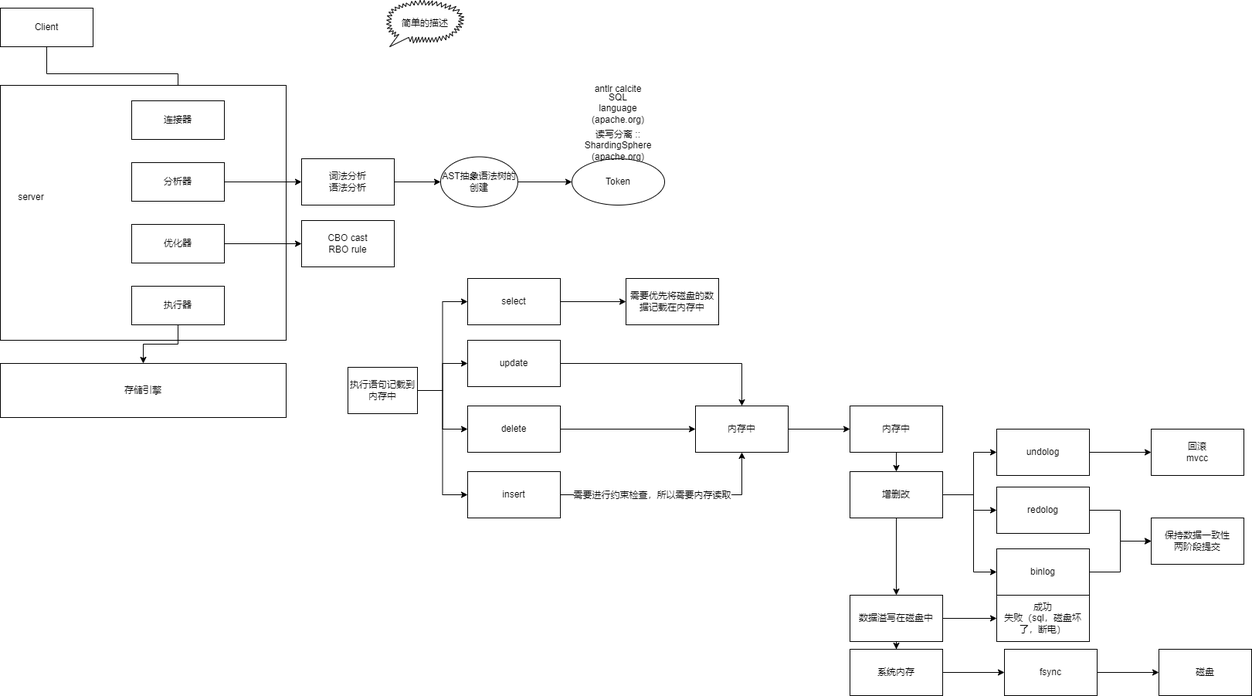
Earlier version of the draw.io export mysql执行.drawio.png (ShortPupil/VPicture). Source tidied: cells renumbered, new cells last; positions are measured from the earlier drawing's top-left corner, leaving out a move shared by most shapes.
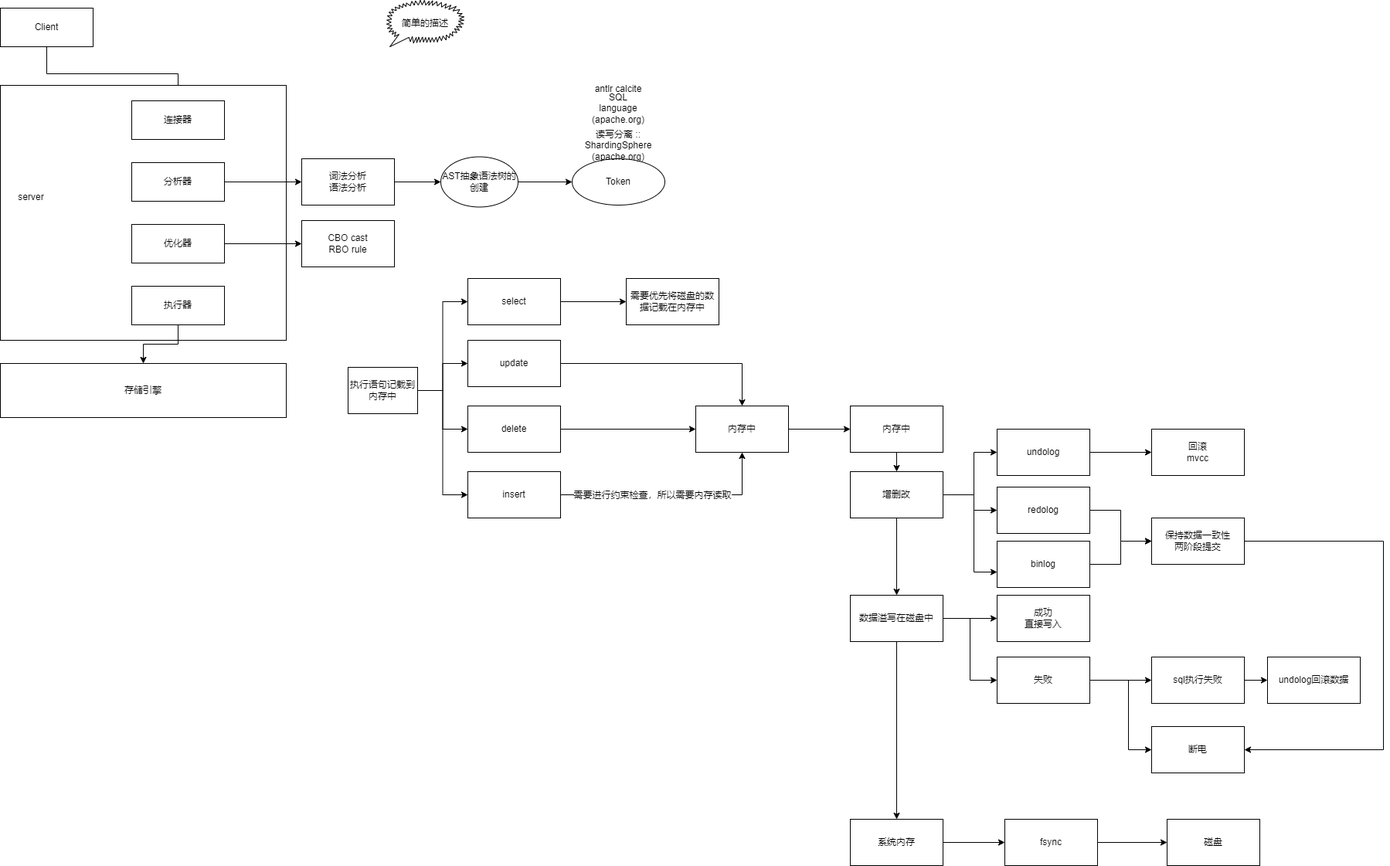
Later version of the same file.

What changed in the source:
```diff
@@ -163,6 +163,9 @@
     <mxCell id="49" style="edgeStyle=orthogonalEdgeStyle;rounded=0;jettySize=auto;html=1;" parent="1" edge="1" source="50" target="64">
       <mxGeometry relative="1" as="geometry" />
     </mxCell>
+    <mxCell id="65" style="edgeStyle=orthogonalEdgeStyle;rounded=0;jettySize=auto;html=1;entryX=0;entryY=0.5;entryDx=0;entryDy=0;" parent="1" edge="1" source="50" target="69">
+      <mxGeometry relative="1" as="geometry" />
+    </mxCell>
     <mxCell id="50" value="数据溢写在磁盘中" style="whiteSpace=wrap;html=1;rounded=0;" parent="1" vertex="1">
       <mxGeometry x="1100" y="770" width="120" height="60" as="geometry" />
     </mxCell>
@@ -185,8 +188,16 @@
       <mxGeometry relative="1" as="geometry" />
     </mxCell>
     <mxCell id="57" value="binlog" style="whiteSpace=wrap;html=1;rounded=0;" parent="1" vertex="1">
-      <mxGeometry x="1290" y="710" width="120" height="60" as="geometry" />
+      <mxGeometry x="1290" y="700" width="120" height="60" as="geometry" />
     </mxCell>
+    <mxCell id="66" style="edgeStyle=orthogonalEdgeStyle;rounded=0;jettySize=auto;html=1;entryX=1;entryY=0.5;entryDx=0;entryDy=0;" parent="1" edge="1" source="58" target="72">
+      <mxGeometry relative="1" as="geometry">
+        <Array as="points">
+          <mxPoint x="1790" y="700" />
+          <mxPoint x="1790" y="970" />
+        </Array>
+      </mxGeometry>
+    </mxCell>
     <mxCell id="58" value="保持数据一致性&lt;br&gt;两阶段提交" style="whiteSpace=wrap;html=1;rounded=0;" parent="1" vertex="1">
       <mxGeometry x="1490" y="670" width="120" height="60" as="geometry" />
     </mxCell>
@@ -194,19 +205,45 @@
       <mxGeometry relative="1" as="geometry" />
     </mxCell>
     <mxCell id="60" value="系统内存" style="whiteSpace=wrap;html=1;rounded=0;" parent="1" vertex="1">
-      <mxGeometry x="1100" y="840" width="120" height="60" as="geometry" />
+      <mxGeometry x="1100" y="1060" width="120" height="60" as="geometry" />
     </mxCell>
     <mxCell id="61" style="edgeStyle=orthogonalEdgeStyle;rounded=0;jettySize=auto;html=1;" parent="1" edge="1" source="62" target="63">
       <mxGeometry relative="1" as="geometry" />
     </mxCell>
     <mxCell id="62" value="fsync" style="whiteSpace=wrap;html=1;rounded=0;" parent="1" vertex="1">
-      <mxGeometry x="1300" y="840" width="120" height="60" as="geometry" />
+      <mxGeometry x="1300" y="1060" width="120" height="60" as="geometry" />
     </mxCell>
     <mxCell id="63" value="磁盘" style="whiteSpace=wrap;html=1;rounded=0;" parent="1" vertex="1">
-      <mxGeometry x="1500" y="840" width="120" height="60" as="geometry" />
+      <mxGeometry x="1510" y="1060" width="120" height="60" as="geometry" />
     </mxCell>
-    <mxCell id="64" value="成功&lt;br&gt;失败（sql，磁盘坏了，断电）" style="whiteSpace=wrap;html=1;rounded=0;" parent="1" vertex="1">
+    <mxCell id="64" value="成功&lt;br&gt;直接写入" style="whiteSpace=wrap;html=1;rounded=0;" parent="1" vertex="1">
       <mxGeometry x="1290" y="770" width="120" height="60" as="geometry" />
     </mxCell>
+    <mxCell id="67" style="edgeStyle=orthogonalEdgeStyle;rounded=0;jettySize=auto;html=1;" parent="1" edge="1" source="69" target="71">
+      <mxGeometry relative="1" as="geometry" />
+    </mxCell>
+    <mxCell id="68" style="edgeStyle=orthogonalEdgeStyle;rounded=0;jettySize=auto;html=1;" parent="1" edge="1" source="69" target="72">
+      <mxGeometry relative="1" as="geometry">
+        <Array as="points">
+          <mxPoint x="1460" y="880" />
+          <mxPoint x="1460" y="970" />
+        </Array>
+      </mxGeometry>
+    </mxCell>
+    <mxCell id="69" value="失败" style="whiteSpace=wrap;html=1;rounded=0;" parent="1" vertex="1">
+      <mxGeometry x="1290" y="850" width="120" height="60" as="geometry" />
+    </mxCell>
+    <mxCell id="70" style="edgeStyle=orthogonalEdgeStyle;rounded=0;jettySize=auto;html=1;" parent="1" edge="1" source="71" target="73">
+      <mxGeometry relative="1" as="geometry" />
+    </mxCell>
+    <mxCell id="71" value="sql执行失败" style="whiteSpace=wrap;html=1;rounded=0;" parent="1" vertex="1">
+      <mxGeometry x="1490" y="850" width="120" height="60" as="geometry" />
+    </mxCell>
+    <mxCell id="72" value="断电" style="whiteSpace=wrap;html=1;rounded=0;" parent="1" vertex="1">
+      <mxGeometry x="1490" y="940" width="120" height="60" as="geometry" />
+    </mxCell>
+    <mxCell id="73" value="undolog回滚数据" style="whiteSpace=wrap;html=1;rounded=0;" parent="1" vertex="1">
+      <mxGeometry x="1640" y="850" width="120" height="60" as="geometry" />
+    </mxCell>
   </root>
 </mxGraphModel>
```
